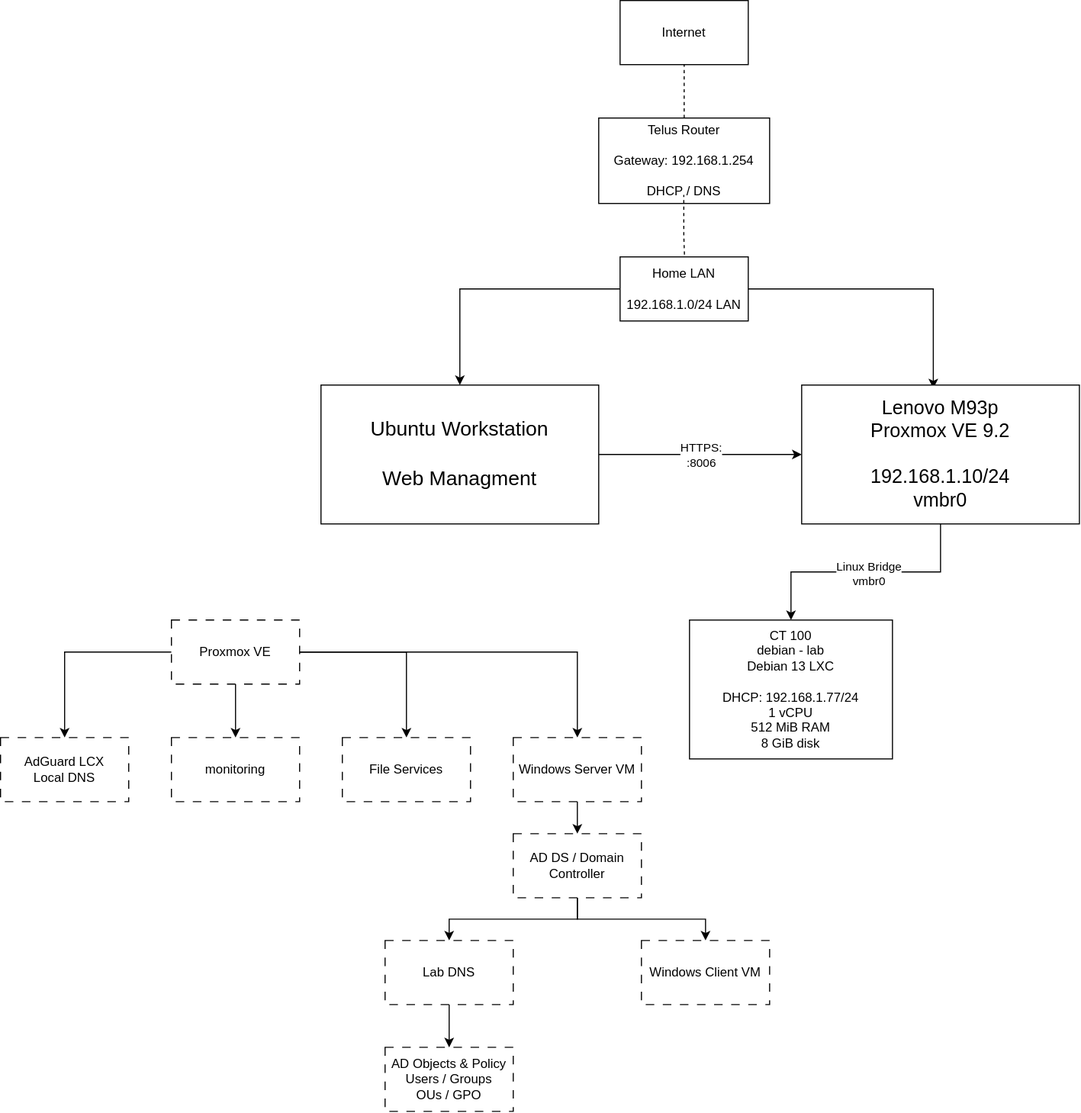
peterdittmann/IT-Portfolio keeps this draw.io diagram as Home-Server-Lab/diagram/Network Diagram.drawio.svg. Above is the earlier version. Source tidied: cells renumbered, new cells last; positions are measured from the earlier drawing's top-left corner, leaving out a move shared by most shapes.
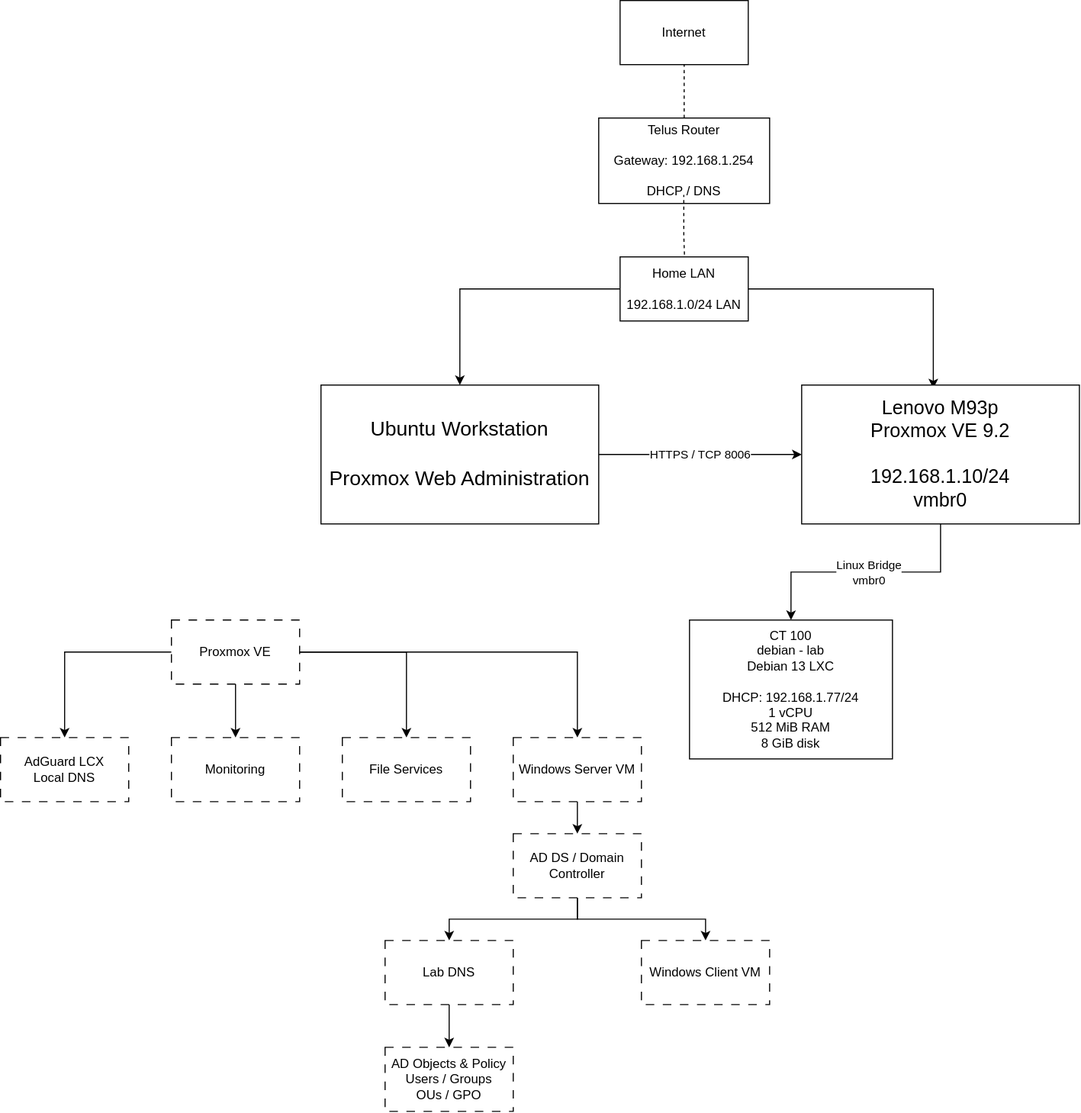
After the commit.

Diff of the diagram source:
```diff
@@ -29,7 +29,7 @@
     <mxCell id="10" value="AdGuard LCX&lt;div&gt;Local DNS&lt;/div&gt;" style="rounded=0;whiteSpace=wrap;html=1;dashed=1;dashPattern=8 8;" parent="1" vertex="1">
       <mxGeometry y="690" width="120" height="60" as="geometry" />
     </mxCell>
-    <mxCell id="11" value="monitoring" style="rounded=0;whiteSpace=wrap;html=1;dashed=1;dashPattern=8 8;" parent="1" vertex="1">
+    <mxCell id="11" value="Monitoring" style="rounded=0;whiteSpace=wrap;html=1;dashed=1;dashPattern=8 8;" parent="1" vertex="1">
       <mxGeometry x="160" y="690" width="120" height="60" as="geometry" />
     </mxCell>
     <mxCell id="12" style="edgeStyle=orthogonalEdgeStyle;rounded=0;jettySize=auto;html=1;entryX=0.5;entryY=0;entryDx=0;entryDy=0;" parent="1" edge="1" source="16" target="11">
@@ -88,12 +88,12 @@
     <mxCell id="27" style="edgeStyle=orthogonalEdgeStyle;rounded=0;jettySize=auto;html=1;exitX=1;exitY=0.5;exitDx=0;exitDy=0;entryX=0;entryY=0.5;entryDx=0;entryDy=0;" parent="1" edge="1" source="29" target="9">
       <mxGeometry relative="1" as="geometry" />
     </mxCell>
-    <mxCell id="28" value="HTTPS:&lt;div&gt;:8006&lt;/div&gt;" style="edgeLabel;html=1;align=center;verticalAlign=middle;" parent="27" vertex="1">
+    <mxCell id="28" value="HTTPS / TCP 8006" style="edgeLabel;html=1;align=center;verticalAlign=middle;" parent="27" vertex="1">
       <mxGeometry x="0.25" y="2" relative="1" as="geometry">
         <mxPoint x="-24" y="2" as="offset" />
       </mxGeometry>
     </mxCell>
-    <mxCell id="29" value="&lt;font style=&quot;font-size: 19px;&quot;&gt;Ubuntu Workstation&lt;br&gt;&lt;br&gt;Web Managment&lt;/font&gt;" style="rounded=0;whiteSpace=wrap;html=1;" parent="1" vertex="1">
+    <mxCell id="29" value="&lt;font style=&quot;font-size: 19px;&quot;&gt;Ubuntu Workstation&lt;br&gt;&lt;br&gt;Proxmox Web Administration&lt;/font&gt;" style="rounded=0;whiteSpace=wrap;html=1;" parent="1" vertex="1">
       <mxGeometry x="300" y="360" width="260" height="130" as="geometry" />
     </mxCell>
     <mxCell id="30" value="CT 100&lt;div&gt;debian - lab&lt;/div&gt;&lt;div&gt;Debian 13 LXC&lt;/div&gt;&lt;div&gt;&lt;br&gt;&lt;/div&gt;&lt;div&gt;DHCP: 192.168.1.77/24&lt;/div&gt;&lt;div&gt;1 vCPU&lt;/div&gt;&lt;div&gt;512 MiB RAM&lt;/div&gt;&lt;div&gt;8 GiB disk&lt;/div&gt;" style="rounded=0;whiteSpace=wrap;html=1;" parent="1" vertex="1">
```
